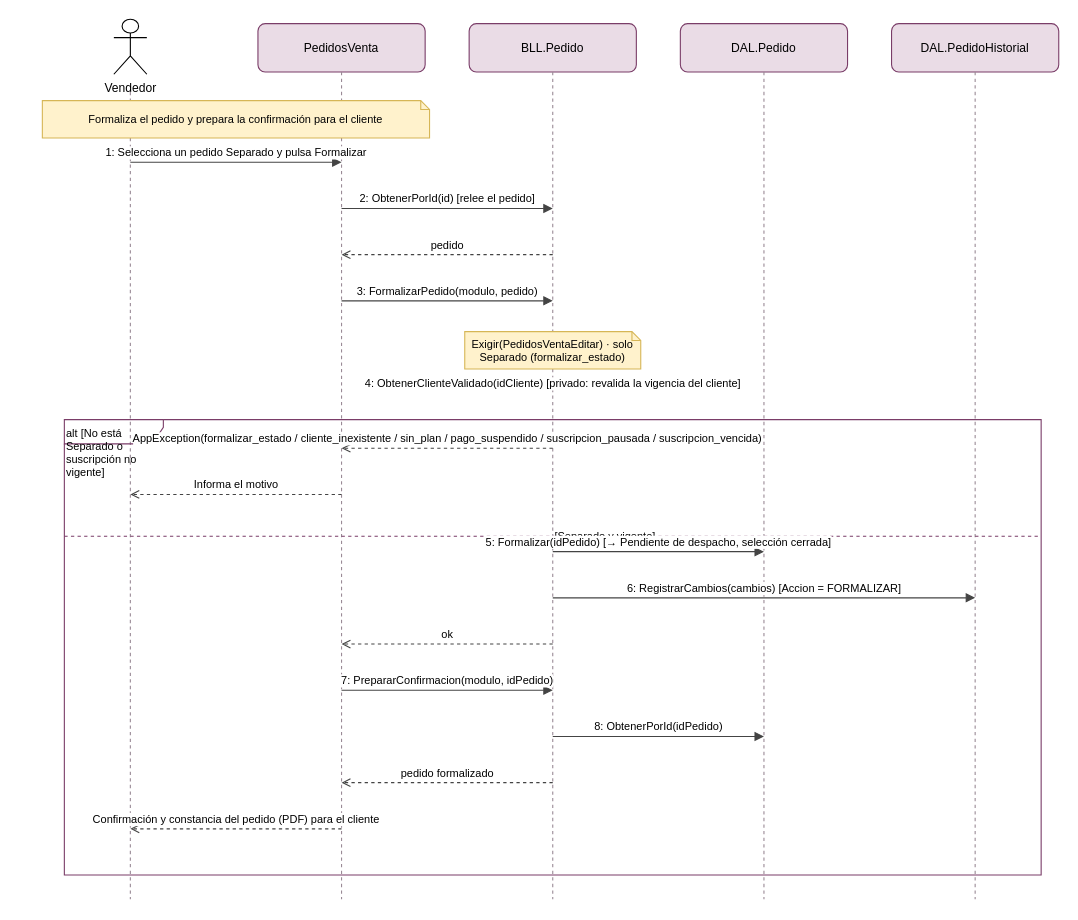
Above: docs/diagramas/drawio/DSS_PN01_CU10_FormalizarPedido.drawio in valentinamorana/Trabajo-de-Diploma (draw.io), before the change. Source tidied: cells renumbered, new cells numbered last; positions are measured from the earlier drawing's top-left corner, leaving out a move shared by most shapes. Both pictures are drawn from the tidied source at 110%, with x=0, y=0 at pixel (42, 19).
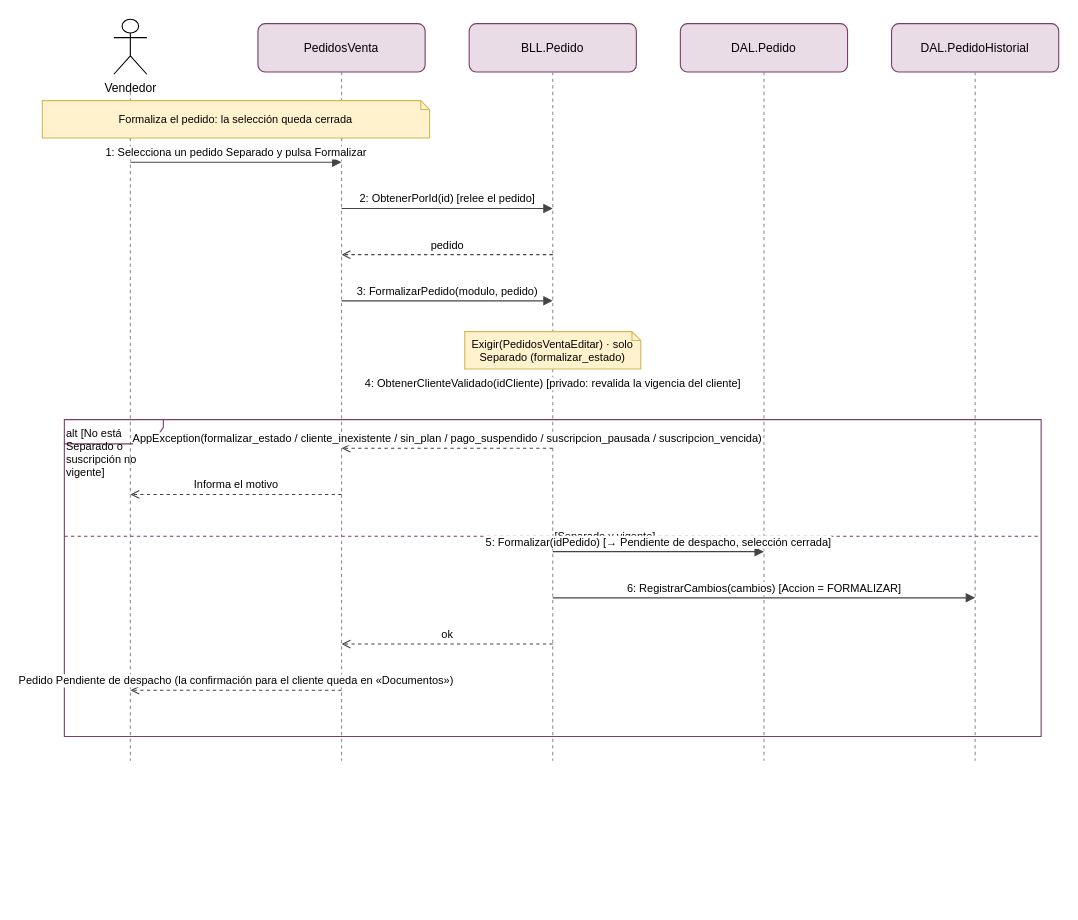
After the change.

Diff of the diagram source:
```diff
@@
     <mxCell id="3" style="endArrow=none;dashed=1;html=1;strokeColor=#9a8a96;" parent="1" edge="1">
       <mxGeometry relative="1" as="geometry">
         <mxPoint x="80" y="66" as="sourcePoint" />
-        <mxPoint x="80" y="800" as="targetPoint" />
+        <mxPoint x="80" y="674" as="targetPoint" />
       </mxGeometry>
     </mxCell>
@@
     <mxCell id="5" style="endArrow=none;dashed=1;html=1;strokeColor=#9a8a96;" parent="1" edge="1">
       <mxGeometry relative="1" as="geometry">
         <mxPoint x="272" y="48" as="sourcePoint" />
-        <mxPoint x="272" y="800" as="targetPoint" />
+        <mxPoint x="272" y="674" as="targetPoint" />
       </mxGeometry>
     </mxCell>
@@
     <mxCell id="7" style="endArrow=none;dashed=1;html=1;strokeColor=#9a8a96;" parent="1" edge="1">
       <mxGeometry relative="1" as="geometry">
         <mxPoint x="464" y="48" as="sourcePoint" />
-        <mxPoint x="464" y="800" as="targetPoint" />
+        <mxPoint x="464" y="674" as="targetPoint" />
       </mxGeometry>
     </mxCell>
@@
     <mxCell id="9" style="endArrow=none;dashed=1;html=1;strokeColor=#9a8a96;" parent="1" edge="1">
       <mxGeometry relative="1" as="geometry">
         <mxPoint x="656" y="48" as="sourcePoint" />
-        <mxPoint x="656" y="800" as="targetPoint" />
+        <mxPoint x="656" y="674" as="targetPoint" />
       </mxGeometry>
     </mxCell>
@@
     <mxCell id="11" style="endArrow=none;dashed=1;html=1;strokeColor=#9a8a96;" parent="1" edge="1">
       <mxGeometry relative="1" as="geometry">
         <mxPoint x="848" y="48" as="sourcePoint" />
-        <mxPoint x="848" y="800" as="targetPoint" />
+        <mxPoint x="848" y="674" as="targetPoint" />
       </mxGeometry>
     </mxCell>
     <mxCell id="12" value="alt [No está Separado o suscripción no vigente]" style="shape=umlFrame;whiteSpace=wrap;html=1;fillColor=none;strokeColor=#7a3d68;align=left;verticalAlign=top;fontSize=10;width=90;height=22;" parent="1" vertex="1">
-      <mxGeometry x="20" y="364" width="888" height="414" as="geometry" />
+      <mxGeometry x="20" y="364" width="888" height="288" as="geometry" />
     </mxCell>
@@
-    <mxCell id="14" value="Formaliza el pedido y prepara la confirmación para el cliente" style="shape=note;whiteSpace=wrap;html=1;fillColor=#FFF2CC;strokeColor=#d6b656;fontSize=10;size=8;" parent="1" vertex="1">
+    <mxCell id="14" value="Formaliza el pedido: la selección queda cerrada" style="shape=note;whiteSpace=wrap;html=1;fillColor=#FFF2CC;strokeColor=#d6b656;fontSize=10;size=8;" parent="1" vertex="1">
       <mxGeometry y="74" width="352" height="34" as="geometry" />
     </mxCell>
@@
-    <mxCell id="26" value="7: PrepararConfirmacion(modulo, idPedido)" style="html=1;verticalAlign=bottom;endArrow=block;endFill=1;fontSize=10;strokeColor=#444;" parent="1" edge="1">
+    <mxCell id="26" value="Pedido Pendiente de despacho (la confirmación para el cliente queda en «Documentos»)" style="html=1;verticalAlign=bottom;endArrow=open;endFill=0;dashed=1;fontSize=10;strokeColor=#444;" parent="1" edge="1">
       <mxGeometry relative="1" as="geometry">
         <mxPoint x="272" y="610" as="sourcePoint" />
-        <mxPoint x="464" y="610" as="targetPoint" />
+        <mxPoint x="80" y="610" as="targetPoint" />
       </mxGeometry>
     </mxCell>
-    <mxCell id="27" value="8: ObtenerPorId(idPedido)" style="html=1;verticalAlign=bottom;endArrow=block;endFill=1;fontSize=10;strokeColor=#444;" parent="1" edge="1">
-      <mxGeometry relative="1" as="geometry">
-        <mxPoint x="464" y="652" as="sourcePoint" />
-        <mxPoint x="656" y="652" as="targetPoint" />
-      </mxGeometry>
-    </mxCell>
-    <mxCell id="28" value="pedido formalizado" style="html=1;verticalAlign=bottom;endArrow=open;endFill=0;dashed=1;fontSize=10;strokeColor=#444;" parent="1" edge="1">
-      <mxGeometry relative="1" as="geometry">
-        <mxPoint x="464" y="694" as="sourcePoint" />
-        <mxPoint x="272" y="694" as="targetPoint" />
-      </mxGeometry>
-    </mxCell>
-    <mxCell id="29" value="Confirmación y constancia del pedido (PDF) para el cliente" style="html=1;verticalAlign=bottom;endArrow=open;endFill=0;dashed=1;fontSize=10;strokeColor=#444;" parent="1" edge="1">
-      <mxGeometry relative="1" as="geometry">
-        <mxPoint x="272" y="736" as="sourcePoint" />
-        <mxPoint x="80" y="736" as="targetPoint" />
-      </mxGeometry>
-    </mxCell>
```
